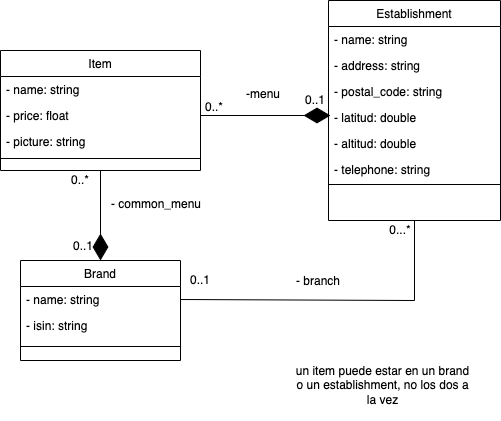
Before: classDiagram.drawio.png, a diagram exported from draw.io (Rosa9120/AlacantGO). Source tidied: cells renumbered, new cells last; positions are measured from the earlier drawing's top-left corner, leaving out a move shared by most shapes.
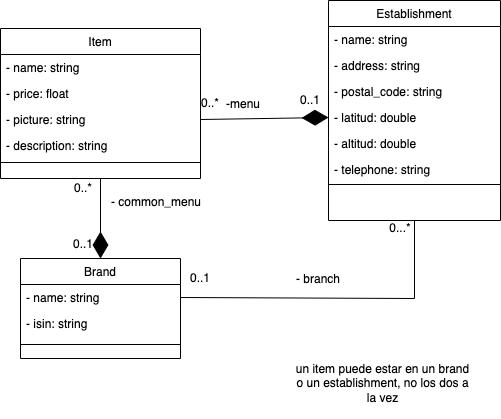
After the commit.

What changed in the source:
```diff
@@ -3,7 +3,7 @@
     <mxCell id="0" />
     <mxCell id="1" parent="0" />
     <mxCell id="2" value="Item" style="swimlane;fontStyle=0;align=center;verticalAlign=top;horizontal=1;startSize=26;rounded=0;shadow=0;strokeWidth=1;" parent="1" vertex="1">
-      <mxGeometry y="50" width="200" height="120" as="geometry" />
+      <mxGeometry y="30" width="200" height="150" as="geometry" />
     </mxCell>
     <mxCell id="3" value="- name: string" style="text;align=left;verticalAlign=top;spacingLeft=4;spacingRight=4;overflow=hidden;" parent="2" vertex="1">
       <mxGeometry y="26" width="200" height="26" as="geometry" />
@@ -14,8 +14,11 @@
     <mxCell id="5" value="- picture: string" style="text;align=left;verticalAlign=top;spacingLeft=4;spacingRight=4;overflow=hidden;points=[[0,0.5],[1,0.5]];portConstraint=eastwest;rounded=0;shadow=0;html=0;" parent="2" vertex="1">
       <mxGeometry y="78" width="200" height="26" as="geometry" />
     </mxCell>
+    <mxCell id="32" value="- description: string" style="text;align=left;verticalAlign=top;spacingLeft=4;spacingRight=4;overflow=hidden;rounded=0;shadow=0;html=0;" parent="2" vertex="1">
+      <mxGeometry y="104" width="200" height="26" as="geometry" />
+    </mxCell>
     <mxCell id="6" style="line;html=1;strokeWidth=1;align=left;verticalAlign=middle;spacingTop=-1;spacingLeft=3;spacingRight=3;labelPosition=right;" parent="2" vertex="1">
-      <mxGeometry y="104" width="200" height="8" as="geometry" />
+      <mxGeometry y="130" width="200" height="8" as="geometry" />
     </mxCell>
     <mxCell id="7" value="Brand" style="swimlane;fontStyle=0;align=center;verticalAlign=top;horizontal=1;startSize=26;rounded=0;shadow=0;strokeWidth=1;" parent="1" vertex="1">
       <mxGeometry x="20" y="260" width="160" height="100" as="geometry" />
@@ -30,7 +33,7 @@
       <mxGeometry y="78" width="160" height="16" as="geometry" />
     </mxCell>
     <mxCell id="11" value="Establishment" style="swimlane;fontStyle=0;align=center;verticalAlign=top;horizontal=1;startSize=26;rounded=0;shadow=0;strokeWidth=1;" parent="1" vertex="1">
-      <mxGeometry x="328" width="172" height="220" as="geometry" />
+      <mxGeometry x="328" y="2" width="172" height="220" as="geometry" />
     </mxCell>
     <mxCell id="12" value="- name: string" style="text;align=left;verticalAlign=top;spacingLeft=4;spacingRight=4;overflow=hidden;" parent="11" vertex="1">
       <mxGeometry y="26" width="172" height="26" as="geometry" />
@@ -59,19 +62,17 @@
     <mxCell id="20" value="0..1" style="text;html=1;strokeColor=none;fillColor=none;align=center;verticalAlign=middle;whiteSpace=wrap;rounded=0;" parent="1" vertex="1">
       <mxGeometry x="73" y="236" width="20" height="20" as="geometry" />
     </mxCell>
-    <mxCell id="21" style="endArrow=diamondThin;endFill=1;endSize=24;html=1;rounded=0;exitX=1;exitY=0.5;exitDx=0;exitDy=0;" parent="1" edge="1" source="4">
-      <mxGeometry relative="1" as="geometry">
-        <mxPoint x="330" y="115" as="targetPoint" />
-      </mxGeometry>
+    <mxCell id="21" style="endArrow=diamondThin;endFill=1;endSize=24;html=1;rounded=0;exitX=1;exitY=0.5;exitDx=0;exitDy=0;entryX=0;entryY=0.5;entryDx=0;entryDy=0;" parent="1" edge="1" source="5" target="15">
+      <mxGeometry relative="1" as="geometry" />
     </mxCell>
     <mxCell id="22" value="0..*" style="text;html=1;strokeColor=none;fillColor=none;align=center;verticalAlign=middle;whiteSpace=wrap;rounded=0;" parent="1" vertex="1">
-      <mxGeometry x="70" y="170" width="20" height="20" as="geometry" />
+      <mxGeometry x="73" y="180" width="20" height="20" as="geometry" />
     </mxCell>
     <mxCell id="23" value="0..*" style="text;html=1;strokeColor=none;fillColor=none;align=center;verticalAlign=middle;whiteSpace=wrap;rounded=0;" parent="1" vertex="1">
-      <mxGeometry x="204" y="97" width="20" height="20" as="geometry" />
+      <mxGeometry x="200" y="95" width="20" height="20" as="geometry" />
     </mxCell>
     <mxCell id="24" value="0..1" style="text;html=1;strokeColor=none;fillColor=none;align=center;verticalAlign=middle;whiteSpace=wrap;rounded=0;" parent="1" vertex="1">
-      <mxGeometry x="305" y="90" width="20" height="20" as="geometry" />
+      <mxGeometry x="300" y="92" width="20" height="20" as="geometry" />
     </mxCell>
     <mxCell id="25" style="endArrow=none;html=1;rounded=0;exitX=1;exitY=0.5;exitDx=0;exitDy=0;entryX=0.5;entryY=1;entryDx=0;entryDy=0;" parent="1" edge="1" source="8" target="11">
       <mxGeometry relative="1" as="geometry">
@@ -93,7 +94,7 @@
       <mxGeometry x="105" y="190" width="200" height="26" as="geometry" />
     </mxCell>
     <mxCell id="30" value="-menu" style="text;align=left;verticalAlign=top;spacingLeft=4;spacingRight=4;overflow=hidden;rounded=0;shadow=0;html=0;" parent="1" vertex="1">
-      <mxGeometry x="240" y="80" width="50" height="26" as="geometry" />
+      <mxGeometry x="220" y="92" width="50" height="26" as="geometry" />
     </mxCell>
     <mxCell id="31" value="un item puede estar en un brand o un establishment, no los dos a la vez" style="text;html=1;strokeColor=none;fillColor=none;align=center;verticalAlign=middle;whiteSpace=wrap;rounded=0;" parent="1" vertex="1">
       <mxGeometry x="290" y="350" width="185" height="70" as="geometry" />
```
